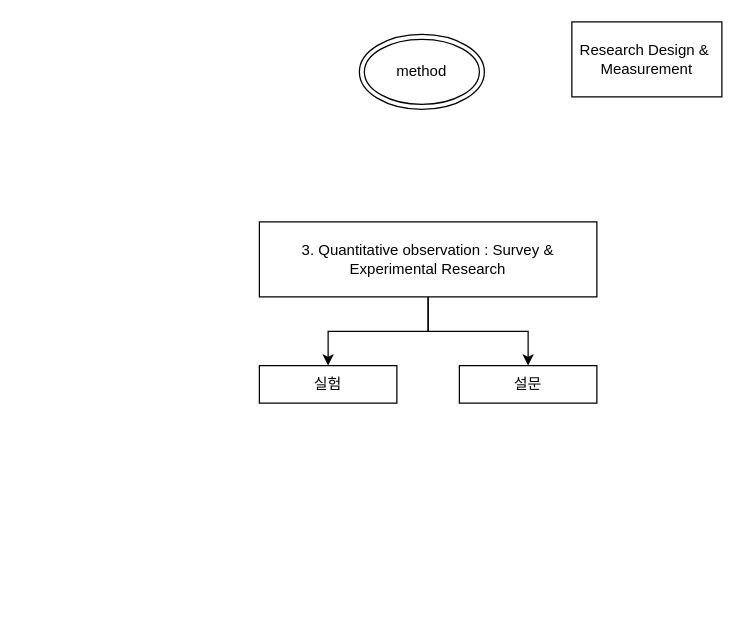
The draw.io diagram method.drawio in myokyunghan/drawio_for_qual, before the edit. Source tidied: cells renumbered, new cells numbered last; positions are measured from the earlier drawing's top-left corner, leaving out a move shared by most shapes. Both pictures are drawn from the tidied source at 125%, with x=0, y=0 at pixel (259, 21).
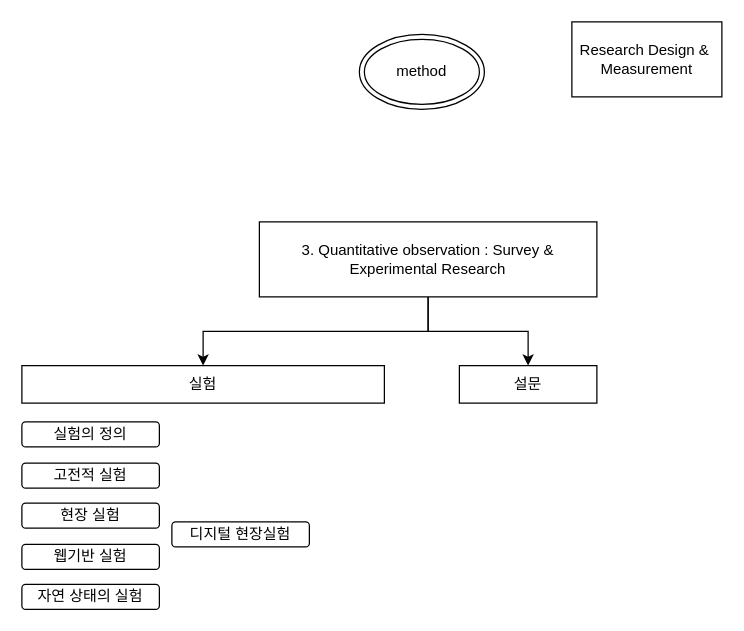
The same page after the edit.

What changed in the source:
```diff
@@
 <mxGraphModel>
   <root>
     <mxCell id="0" />
     <mxCell id="1" parent="0" />
     <mxCell id="2" value="method" style="ellipse;shape=doubleEllipse;whiteSpace=wrap;html=1;" parent="1" vertex="1">
       <mxGeometry x="80" y="10" width="100" height="60" as="geometry" />
     </mxCell>
     <mxCell id="3" value="Research Design &amp;amp;&amp;nbsp;&lt;div&gt;Measurement&lt;/div&gt;" style="rounded=0;whiteSpace=wrap;html=1;" parent="1" vertex="1">
       <mxGeometry x="250" width="120" height="60" as="geometry" />
     </mxCell>
     <mxCell id="4" style="edgeStyle=orthogonalEdgeStyle;rounded=0;jettySize=auto;html=1;exitX=0.5;exitY=1;exitDx=0;exitDy=0;entryX=0.5;entryY=0;entryDx=0;entryDy=0;defaultLabelBackgroundColor=page;" parent="1" edge="1" source="6" target="7">
       <mxGeometry relative="1" as="geometry" />
     </mxCell>
     <mxCell id="5" style="edgeStyle=orthogonalEdgeStyle;rounded=0;jettySize=auto;html=1;exitX=0.5;exitY=1;exitDx=0;exitDy=0;entryX=0.5;entryY=0;entryDx=0;entryDy=0;defaultLabelBackgroundColor=page;" parent="1" edge="1" source="6" target="8">
       <mxGeometry relative="1" as="geometry" />
     </mxCell>
     <mxCell id="6" value="3. Quantitative observation : Survey &amp;amp; Experimental Research" style="rounded=0;whiteSpace=wrap;html=1;" parent="1" vertex="1">
       <mxGeometry y="160" width="270" height="60" as="geometry" />
     </mxCell>
     <mxCell id="7" value="실험" style="rounded=0;whiteSpace=wrap;html=1;" parent="1" vertex="1">
-      <mxGeometry y="275" width="110" height="30" as="geometry" />
+      <mxGeometry x="-190" y="275" width="290" height="30" as="geometry" />
     </mxCell>
     <mxCell id="8" value="설문" style="rounded=0;whiteSpace=wrap;html=1;" parent="1" vertex="1">
       <mxGeometry x="160" y="275" width="110" height="30" as="geometry" />
     </mxCell>
+    <mxCell id="9" value="실험의 정의" style="rounded=1;whiteSpace=wrap;html=1;roundedPerimeter=1;" parent="1" vertex="1">
+      <mxGeometry x="-190" y="320" width="110" height="20" as="geometry" />
+    </mxCell>
+    <mxCell id="10" value="고전적 실험" style="rounded=1;whiteSpace=wrap;html=1;roundedPerimeter=1;" parent="1" vertex="1">
+      <mxGeometry x="-190" y="353" width="110" height="20" as="geometry" />
+    </mxCell>
+    <mxCell id="11" value="현장 실험" style="rounded=1;whiteSpace=wrap;html=1;roundedPerimeter=1;" parent="1" vertex="1">
+      <mxGeometry x="-190" y="385" width="110" height="20" as="geometry" />
+    </mxCell>
+    <mxCell id="12" value="웹기반 실험" style="rounded=1;whiteSpace=wrap;html=1;roundedPerimeter=1;" parent="1" vertex="1">
+      <mxGeometry x="-190" y="418" width="110" height="20" as="geometry" />
+    </mxCell>
+    <mxCell id="13" value="자연 상태의 실험" style="rounded=1;whiteSpace=wrap;html=1;roundedPerimeter=1;" parent="1" vertex="1">
+      <mxGeometry x="-190" y="450" width="110" height="20" as="geometry" />
+    </mxCell>
+    <mxCell id="14" value="디지털 현장실험" style="rounded=1;whiteSpace=wrap;html=1;roundedPerimeter=1;" parent="1" vertex="1">
+      <mxGeometry x="-70" y="400" width="110" height="20" as="geometry" />
+    </mxCell>
   </root>
 </mxGraphModel>
```
